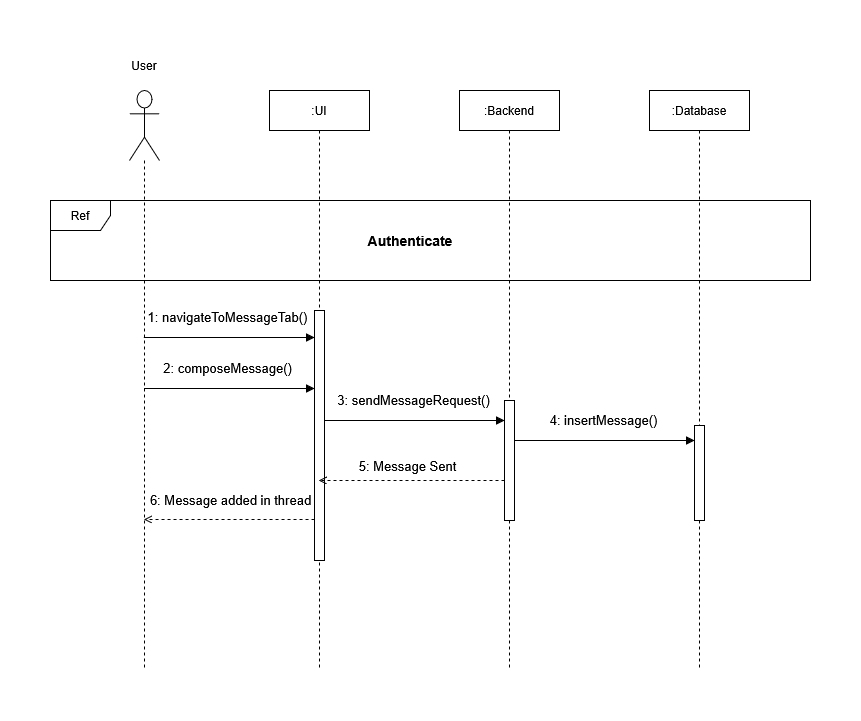
Earlier version of the draw.io export docs/diagrams/SequenceMessage.drawio.png (mahdi000666/DesignFlow). Source tidied: cells renumbered, new cells last; positions are measured from the earlier drawing's top-left corner, leaving out a move shared by most shapes. Source of this version:
```xml
<mxGraphModel>
  <root>
    <mxCell id="0" />
    <mxCell id="1" parent="0" />
    <mxCell id="2" style="shape=umlLifeline;perimeter=lifelinePerimeter;whiteSpace=wrap;html=1;newEdgeStyle={&quot;curved&quot;:0,&quot;rounded&quot;:0};participant=umlActor;size=70;" parent="1" vertex="1">
      <mxGeometry x="79" y="40" width="30" height="580" as="geometry" />
    </mxCell>
    <mxCell id="3" value=":UI" style="shape=umlLifeline;perimeter=lifelinePerimeter;whiteSpace=wrap;html=1;newEdgeStyle={&quot;curved&quot;:0,&quot;rounded&quot;:0};" parent="1" vertex="1">
      <mxGeometry x="219" y="40" width="100" height="580" as="geometry" />
    </mxCell>
    <mxCell id="4" style="html=1;points=[[0,0,0,0,5],[0,1,0,0,-5],[1,0,0,0,5],[1,1,0,0,-5]];perimeter=orthogonalPerimeter;outlineConnect=0;targetShapes=umlLifeline;portConstraint=eastwest;newEdgeStyle={&quot;curved&quot;:0,&quot;rounded&quot;:0};" parent="3" vertex="1">
      <mxGeometry x="45" y="220" width="10" height="250" as="geometry" />
    </mxCell>
    <mxCell id="5" value="&lt;div&gt;:Backend&lt;/div&gt;" style="shape=umlLifeline;perimeter=lifelinePerimeter;whiteSpace=wrap;html=1;newEdgeStyle={&quot;curved&quot;:0,&quot;rounded&quot;:0};" parent="1" vertex="1">
      <mxGeometry x="409" y="40" width="100" height="580" as="geometry" />
    </mxCell>
    <mxCell id="6" style="html=1;points=[[0,0,0,0,5],[0,1,0,0,-5],[1,0,0,0,5],[1,1,0,0,-5]];perimeter=orthogonalPerimeter;outlineConnect=0;targetShapes=umlLifeline;portConstraint=eastwest;newEdgeStyle={&quot;curved&quot;:0,&quot;rounded&quot;:0};" parent="5" vertex="1">
      <mxGeometry x="45" y="310" width="10" height="120" as="geometry" />
    </mxCell>
    <mxCell id="7" value="&lt;div&gt;:Database&lt;/div&gt;" style="shape=umlLifeline;perimeter=lifelinePerimeter;whiteSpace=wrap;html=1;newEdgeStyle={&quot;curved&quot;:0,&quot;rounded&quot;:0};" parent="1" vertex="1">
      <mxGeometry x="599" y="40" width="100" height="580" as="geometry" />
    </mxCell>
    <mxCell id="8" style="html=1;perimeter=orthogonalPerimeter;targetShapes=umlLifeline;newEdgeStyle={&quot;curved&quot;:0,&quot;rounded&quot;:0};" parent="7" vertex="1">
      <mxGeometry x="45" y="335" width="10" height="95" as="geometry" />
    </mxCell>
    <mxCell id="9" value="User" style="text;html=1;whiteSpace=wrap;strokeColor=none;fillColor=none;align=center;verticalAlign=middle;rounded=0;" parent="1" vertex="1">
      <mxGeometry x="64" width="60" height="30" as="geometry" />
    </mxCell>
    <mxCell id="10" value="Ref" style="shape=umlFrame;whiteSpace=wrap;html=1;" parent="1" vertex="1">
      <mxGeometry y="150" width="760" height="80" as="geometry" />
    </mxCell>
    <mxCell id="11" value="Authenticate" style="text;html=1;whiteSpace=wrap;strokeColor=none;fillColor=none;align=center;verticalAlign=middle;rounded=0;fontStyle=1;fontSize=14;" parent="1" vertex="1">
      <mxGeometry x="330" y="175" width="60" height="30" as="geometry" />
    </mxCell>
    <mxCell id="12" value="1: navigateToMessageTab()" style="html=1;verticalAlign=bottom;endArrow=block;strokeWidth=1;fontSize=13;" parent="1" edge="1">
      <mxGeometry x="-0.01" y="10" relative="1" as="geometry">
        <mxPoint x="93.3" y="287" as="sourcePoint" />
        <mxPoint x="264" y="287" as="targetPoint" />
      </mxGeometry>
    </mxCell>
    <mxCell id="13" value="2: composeMessage()" style="html=1;verticalAlign=bottom;endArrow=block;strokeWidth=1;fontSize=13;" parent="1" edge="1">
      <mxGeometry x="-0.01" y="10" relative="1" as="geometry">
        <mxPoint x="93.5" y="338" as="sourcePoint" />
        <mxPoint x="264" y="338" as="targetPoint" />
        <Array as="points">
          <mxPoint x="190" y="338" />
        </Array>
      </mxGeometry>
    </mxCell>
    <mxCell id="14" value="3: sendMessageRequest()" style="html=1;verticalAlign=bottom;endArrow=block;strokeWidth=1;fontSize=13;" parent="1" edge="1" source="4" target="6">
      <mxGeometry x="-0.01" y="10" relative="1" as="geometry">
        <Array as="points">
          <mxPoint x="406.5" y="370" />
        </Array>
      </mxGeometry>
    </mxCell>
    <mxCell id="15" value="4: insertMessage()" style="html=1;verticalAlign=bottom;endArrow=block;strokeWidth=1;fontSize=13;" parent="1" edge="1">
      <mxGeometry x="-0.01" y="10" relative="1" as="geometry">
        <mxPoint x="464" y="390" as="sourcePoint" />
        <mxPoint x="644" y="390" as="targetPoint" />
        <Array as="points">
          <mxPoint x="580" y="390" />
        </Array>
      </mxGeometry>
    </mxCell>
    <mxCell id="16" value="5: Message Sent" style="html=1;verticalAlign=bottom;endArrow=open;strokeWidth=1;fontSize=13;dashed=1;endFill=0;" parent="1" edge="1">
      <mxGeometry x="0.06" y="-4" relative="1" as="geometry">
        <mxPoint x="454" y="430" as="sourcePoint" />
        <mxPoint x="268.2" y="430" as="targetPoint" />
      </mxGeometry>
    </mxCell>
    <mxCell id="17" value="6: Message added in thread" style="html=1;verticalAlign=bottom;endArrow=open;strokeWidth=1;fontSize=13;dashed=1;endFill=0;" parent="1" edge="1">
      <mxGeometry x="-0.01" y="-9" relative="1" as="geometry">
        <mxPoint x="264" y="469" as="sourcePoint" />
        <mxPoint x="93.4" y="469" as="targetPoint" />
      </mxGeometry>
    </mxCell>
  </root>
</mxGraphModel>
```
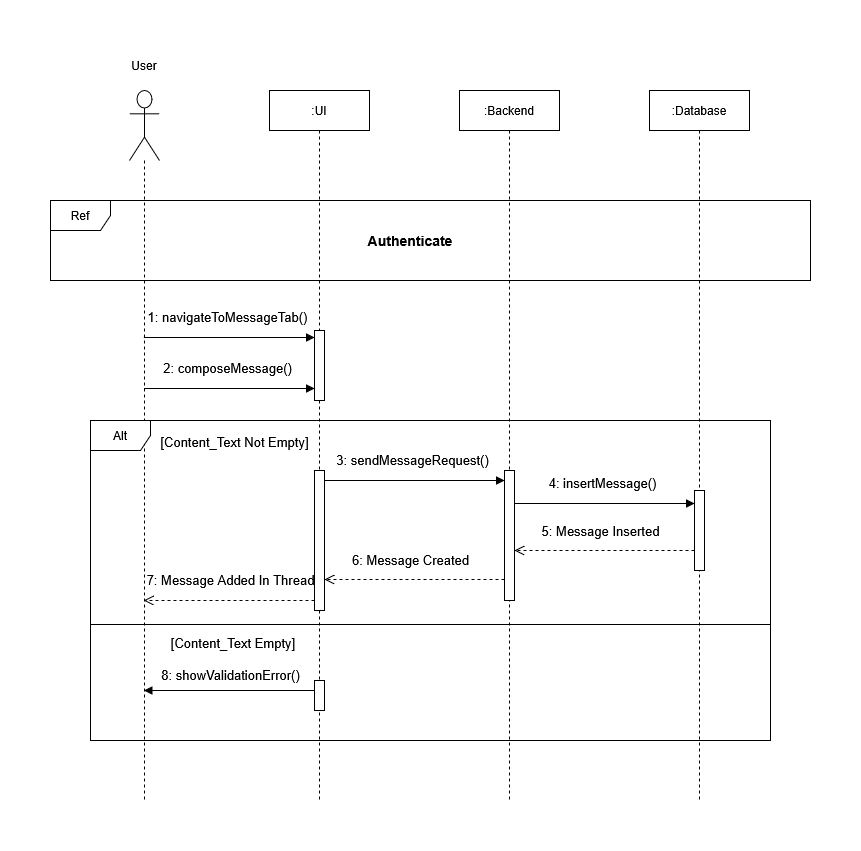
After the commit.

Change to the diagram source:
```diff
@@ -3,26 +3,23 @@
     <mxCell id="0" />
     <mxCell id="1" parent="0" />
     <mxCell id="2" style="shape=umlLifeline;perimeter=lifelinePerimeter;whiteSpace=wrap;html=1;newEdgeStyle={&quot;curved&quot;:0,&quot;rounded&quot;:0};participant=umlActor;size=70;" parent="1" vertex="1">
-      <mxGeometry x="79" y="40" width="30" height="580" as="geometry" />
+      <mxGeometry x="79" y="40" width="30" height="710" as="geometry" />
     </mxCell>
     <mxCell id="3" value=":UI" style="shape=umlLifeline;perimeter=lifelinePerimeter;whiteSpace=wrap;html=1;newEdgeStyle={&quot;curved&quot;:0,&quot;rounded&quot;:0};" parent="1" vertex="1">
-      <mxGeometry x="219" y="40" width="100" height="580" as="geometry" />
+      <mxGeometry x="219" y="40" width="100" height="710" as="geometry" />
     </mxCell>
     <mxCell id="4" style="html=1;points=[[0,0,0,0,5],[0,1,0,0,-5],[1,0,0,0,5],[1,1,0,0,-5]];perimeter=orthogonalPerimeter;outlineConnect=0;targetShapes=umlLifeline;portConstraint=eastwest;newEdgeStyle={&quot;curved&quot;:0,&quot;rounded&quot;:0};" parent="3" vertex="1">
-      <mxGeometry x="45" y="220" width="10" height="250" as="geometry" />
+      <mxGeometry x="45" y="240" width="10" height="70" as="geometry" />
     </mxCell>
+    <mxCell id="18" style="html=1;points=[[0,0,0,0,5],[0,1,0,0,-5],[1,0,0,0,5],[1,1,0,0,-5]];perimeter=orthogonalPerimeter;outlineConnect=0;targetShapes=umlLifeline;portConstraint=eastwest;newEdgeStyle={&quot;curved&quot;:0,&quot;rounded&quot;:0};" parent="3" vertex="1">
+      <mxGeometry x="45" y="380" width="10" height="140" as="geometry" />
+    </mxCell>
     <mxCell id="5" value="&lt;div&gt;:Backend&lt;/div&gt;" style="shape=umlLifeline;perimeter=lifelinePerimeter;whiteSpace=wrap;html=1;newEdgeStyle={&quot;curved&quot;:0,&quot;rounded&quot;:0};" parent="1" vertex="1">
-      <mxGeometry x="409" y="40" width="100" height="580" as="geometry" />
+      <mxGeometry x="409" y="40" width="100" height="710" as="geometry" />
     </mxCell>
-    <mxCell id="6" style="html=1;points=[[0,0,0,0,5],[0,1,0,0,-5],[1,0,0,0,5],[1,1,0,0,-5]];perimeter=orthogonalPerimeter;outlineConnect=0;targetShapes=umlLifeline;portConstraint=eastwest;newEdgeStyle={&quot;curved&quot;:0,&quot;rounded&quot;:0};" parent="5" vertex="1">
-      <mxGeometry x="45" y="310" width="10" height="120" as="geometry" />
-    </mxCell>
     <mxCell id="7" value="&lt;div&gt;:Database&lt;/div&gt;" style="shape=umlLifeline;perimeter=lifelinePerimeter;whiteSpace=wrap;html=1;newEdgeStyle={&quot;curved&quot;:0,&quot;rounded&quot;:0};" parent="1" vertex="1">
-      <mxGeometry x="599" y="40" width="100" height="580" as="geometry" />
+      <mxGeometry x="599" y="40" width="100" height="710" as="geometry" />
     </mxCell>
-    <mxCell id="8" style="html=1;perimeter=orthogonalPerimeter;targetShapes=umlLifeline;newEdgeStyle={&quot;curved&quot;:0,&quot;rounded&quot;:0};" parent="7" vertex="1">
-      <mxGeometry x="45" y="335" width="10" height="95" as="geometry" />
-    </mxCell>
     <mxCell id="9" value="User" style="text;html=1;whiteSpace=wrap;strokeColor=none;fillColor=none;align=center;verticalAlign=middle;rounded=0;" parent="1" vertex="1">
       <mxGeometry x="64" width="60" height="30" as="geometry" />
     </mxCell>
@@ -47,33 +44,63 @@
         </Array>
       </mxGeometry>
     </mxCell>
+    <mxCell id="19" value="Alt" style="shape=umlFrame;whiteSpace=wrap;html=1;" parent="1" vertex="1">
+      <mxGeometry x="40" y="370" width="680" height="320" as="geometry" />
+    </mxCell>
+    <mxCell id="20" value="[Content_Text Not Empty]" style="text;html=1;whiteSpace=wrap;strokeColor=none;fillColor=none;align=center;verticalAlign=middle;rounded=0;fontSize=13;" parent="1" vertex="1">
+      <mxGeometry x="109" y="377" width="151" height="30" as="geometry" />
+    </mxCell>
+    <mxCell id="21" style="html=1;points=[[0,0,0,0,5],[0,1,0,0,-5],[1,0,0,0,5],[1,1,0,0,-5]];perimeter=orthogonalPerimeter;outlineConnect=0;targetShapes=umlLifeline;portConstraint=eastwest;newEdgeStyle={&quot;curved&quot;:0,&quot;rounded&quot;:0};" parent="1" vertex="1">
+      <mxGeometry x="454" y="420" width="10" height="130" as="geometry" />
+    </mxCell>
+    <mxCell id="22" style="html=1;perimeter=orthogonalPerimeter;targetShapes=umlLifeline;newEdgeStyle={&quot;curved&quot;:0,&quot;rounded&quot;:0};" parent="1" vertex="1">
+      <mxGeometry x="644" y="440" width="10" height="80" as="geometry" />
+    </mxCell>
-    <mxCell id="14" value="3: sendMessageRequest()" style="html=1;verticalAlign=bottom;endArrow=block;strokeWidth=1;fontSize=13;" parent="1" edge="1" source="4" target="6">
+    <mxCell id="14" value="3: sendMessageRequest()" style="html=1;verticalAlign=bottom;endArrow=block;strokeWidth=1;fontSize=13;" parent="1" edge="1" source="18" target="21">
       <mxGeometry x="-0.01" y="10" relative="1" as="geometry">
         <Array as="points">
-          <mxPoint x="406.5" y="370" />
+          <mxPoint x="436.5" y="430" />
         </Array>
       </mxGeometry>
     </mxCell>
     <mxCell id="15" value="4: insertMessage()" style="html=1;verticalAlign=bottom;endArrow=block;strokeWidth=1;fontSize=13;" parent="1" edge="1">
       <mxGeometry x="-0.01" y="10" relative="1" as="geometry">
-        <mxPoint x="464" y="390" as="sourcePoint" />
-        <mxPoint x="644" y="390" as="targetPoint" />
-        <Array as="points">
-          <mxPoint x="580" y="390" />
-        </Array>
+        <mxPoint x="464" y="453" as="sourcePoint" />
+        <mxPoint x="644" y="453" as="targetPoint" />
       </mxGeometry>
     </mxCell>
-    <mxCell id="16" value="5: Message Sent" style="html=1;verticalAlign=bottom;endArrow=open;strokeWidth=1;fontSize=13;dashed=1;endFill=0;" parent="1" edge="1">
-      <mxGeometry x="0.06" y="-4" relative="1" as="geometry">
-        <mxPoint x="454" y="430" as="sourcePoint" />
-        <mxPoint x="268.2" y="430" as="targetPoint" />
-      </mxGeometry>
-    </mxCell>
-    <mxCell id="17" value="6: Message added in thread" style="html=1;verticalAlign=bottom;endArrow=open;strokeWidth=1;fontSize=13;dashed=1;endFill=0;" parent="1" edge="1">
-      <mxGeometry x="-0.01" y="-9" relative="1" as="geometry">
-        <mxPoint x="264" y="469" as="sourcePoint" />
-        <mxPoint x="93.4" y="469" as="targetPoint" />
-      </mxGeometry>
-    </mxCell>
+    <mxCell id="23" value="5: Message Inserted" style="html=1;verticalAlign=bottom;endArrow=open;dashed=1;endSize=8;fontSize=13;" parent="1" edge="1">
+      <mxGeometry x="0.05" y="-9" relative="1" as="geometry">
+        <mxPoint x="644" y="500" as="sourcePoint" />
+        <mxPoint x="464" y="500" as="targetPoint" />
+      </mxGeometry>
+    </mxCell>
+    <mxCell id="24" value="6: Message Created" style="html=1;verticalAlign=bottom;endArrow=open;dashed=1;endSize=8;fontSize=13;" parent="1" edge="1">
+      <mxGeometry x="0.05" y="-9" relative="1" as="geometry">
+        <mxPoint x="454" y="529" as="sourcePoint" />
+        <mxPoint x="274" y="529" as="targetPoint" />
+      </mxGeometry>
+    </mxCell>
+    <mxCell id="25" value="7: Message Added In Thread" style="html=1;verticalAlign=bottom;endArrow=open;dashed=1;endSize=8;fontSize=13;" parent="1" edge="1">
+      <mxGeometry x="-0.02" y="-10" relative="1" as="geometry">
+        <mxPoint x="264" y="550" as="sourcePoint" />
+        <mxPoint x="93.1" y="550" as="targetPoint" />
+      </mxGeometry>
+    </mxCell>
+    <mxCell id="26" style="line;strokeWidth=1;fillColor=none;align=left;verticalAlign=middle;spacingTop=-1;spacingLeft=3;spacingRight=3;labelPosition=right;strokeColor=inherit;" parent="1" vertex="1">
+      <mxGeometry x="40" y="570" width="680" height="8" as="geometry" />
+    </mxCell>
+    <mxCell id="27" value="[Content_Text Empty]" style="text;html=1;whiteSpace=wrap;strokeColor=none;fillColor=none;align=center;verticalAlign=middle;rounded=0;fontSize=13;" parent="1" vertex="1">
+      <mxGeometry x="109" y="578" width="148" height="30" as="geometry" />
+    </mxCell>
+    <mxCell id="28" style="html=1;perimeter=orthogonalPerimeter;targetShapes=umlLifeline;newEdgeStyle={&quot;curved&quot;:0,&quot;rounded&quot;:0};" parent="1" vertex="1">
+      <mxGeometry x="264" y="630" width="10" height="30" as="geometry" />
+    </mxCell>
+    <mxCell id="29" value="8: showValidationError()" style="html=1;verticalAlign=bottom;endArrow=block;strokeWidth=1;fontSize=13;" parent="1" edge="1">
+      <mxGeometry x="-0.01" y="-5" relative="1" as="geometry">
+        <mxPoint x="264" y="640" as="sourcePoint" />
+        <mxPoint x="93.5" y="640" as="targetPoint" />
+      </mxGeometry>
+    </mxCell>
   </root>
 </mxGraphModel>
```
